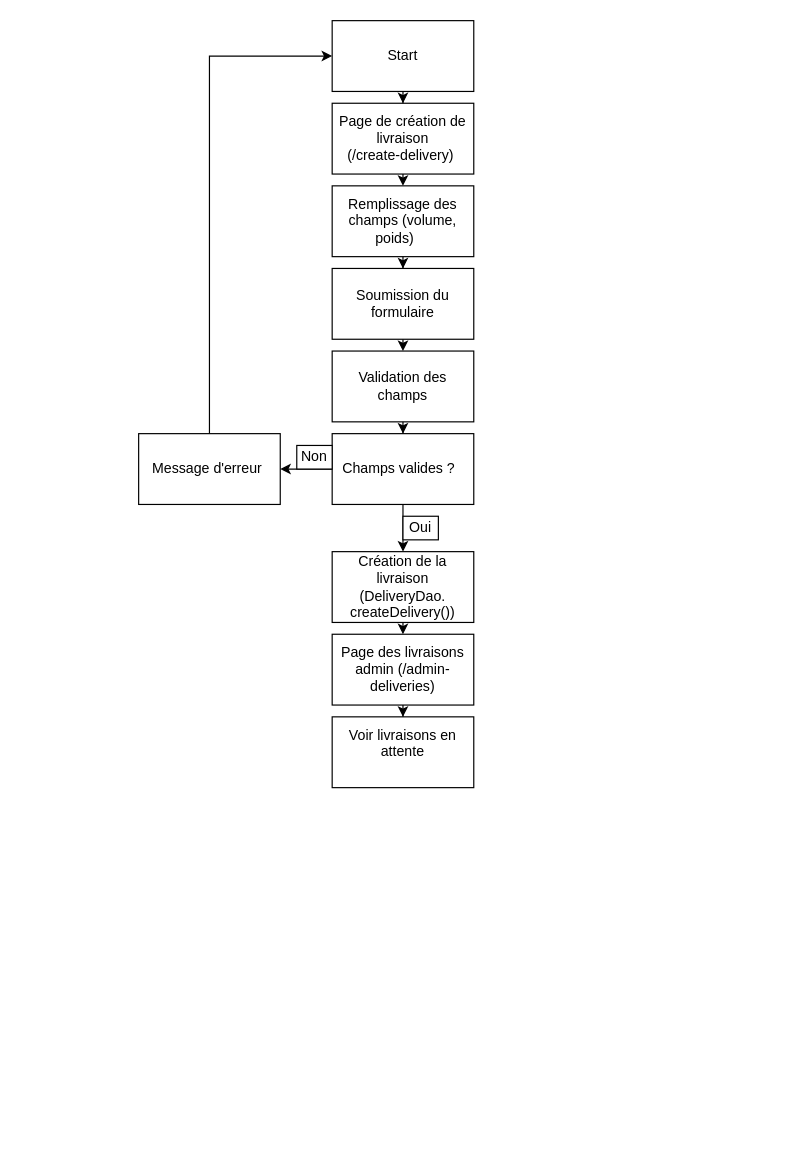
This is Diagramme Gestion des livraisons.drawio from Thibisault/Projet-8-diagrammes, a draw.io file, before an edit. Source tidied: cells renumbered, new cells numbered last; positions are measured from the earlier drawing's top-left corner, leaving out a move shared by most shapes. Both pictures are drawn from the tidied source at 118%, with x=0, y=0 at pixel (138, 20).
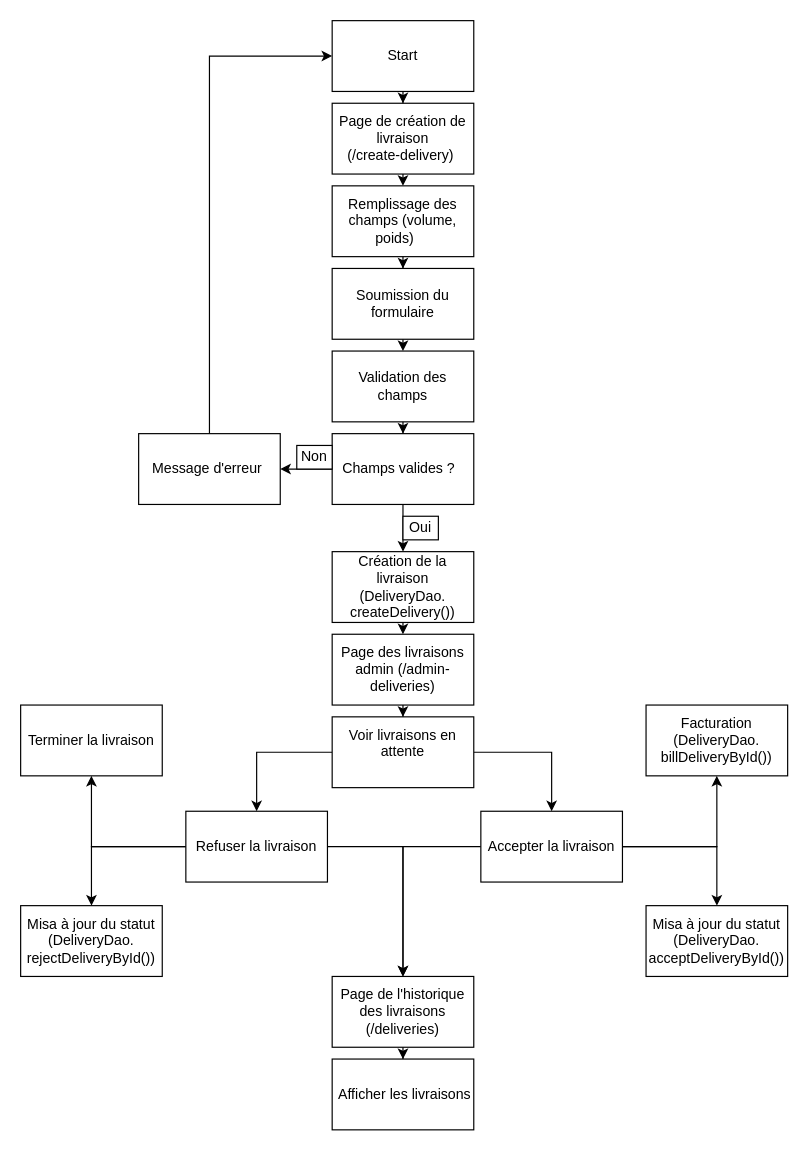
After the change.

Commit message (it also covers changes not shown here):
Mettre à jour Diagramme Gestion des livraisons.drawio

Unchanged cells that the change refers to:
```xml
<mxCell id="23" value="Voir livraisons en attente&lt;br&gt;&lt;div&gt;&lt;br/&gt;&lt;/div&gt;" style="whiteSpace=wrap;html=1;" parent="1" vertex="1">
  <mxGeometry x="164" y="590" width="120" height="60" as="geometry" />
</mxCell>
```

Change to the diagram source:
```diff
@@
+    <mxCell id="24" style="edgeStyle=orthogonalEdgeStyle;rounded=0;jettySize=auto;html=1;" parent="1" edge="1" source="23" target="33">
+      <mxGeometry relative="1" as="geometry" />
+    </mxCell>
+    <mxCell id="25" style="edgeStyle=orthogonalEdgeStyle;rounded=0;jettySize=auto;html=1;" parent="1" edge="1" source="23" target="29">
+      <mxGeometry relative="1" as="geometry" />
+    </mxCell>
@@
+    <mxCell id="26" style="edgeStyle=orthogonalEdgeStyle;rounded=0;jettySize=auto;html=1;" parent="1" edge="1" source="29" target="35">
+      <mxGeometry relative="1" as="geometry" />
+    </mxCell>
+    <mxCell id="27" style="edgeStyle=orthogonalEdgeStyle;rounded=0;jettySize=auto;html=1;" parent="1" edge="1" source="29" target="37">
+      <mxGeometry relative="1" as="geometry" />
+    </mxCell>
+    <mxCell id="28" style="edgeStyle=orthogonalEdgeStyle;rounded=0;jettySize=auto;html=1;" parent="1" edge="1" source="29" target="39">
+      <mxGeometry relative="1" as="geometry" />
+    </mxCell>
+    <mxCell id="29" value="Accepter la livraison" style="whiteSpace=wrap;html=1;" parent="1" vertex="1">
+      <mxGeometry x="290" y="670" width="120" height="60" as="geometry" />
+    </mxCell>
+    <mxCell id="30" style="edgeStyle=orthogonalEdgeStyle;rounded=0;jettySize=auto;html=1;" parent="1" edge="1" source="33" target="34">
+      <mxGeometry relative="1" as="geometry" />
+    </mxCell>
+    <mxCell id="31" style="edgeStyle=orthogonalEdgeStyle;rounded=0;jettySize=auto;html=1;" parent="1" edge="1" source="33" target="36">
+      <mxGeometry relative="1" as="geometry" />
+    </mxCell>
+    <mxCell id="32" style="edgeStyle=orthogonalEdgeStyle;rounded=0;jettySize=auto;html=1;" parent="1" edge="1" source="33" target="39">
+      <mxGeometry relative="1" as="geometry" />
+    </mxCell>
+    <mxCell id="33" value="Refuser la livraison" style="whiteSpace=wrap;html=1;" parent="1" vertex="1">
+      <mxGeometry x="40" y="670" width="120" height="60" as="geometry" />
+    </mxCell>
+    <mxCell id="34" value="Terminer la livraison" style="whiteSpace=wrap;html=1;" parent="1" vertex="1">
+      <mxGeometry x="-100" y="580" width="120" height="60" as="geometry" />
+    </mxCell>
+    <mxCell id="35" value="Misa à jour du statut&lt;div&gt;(DeliveryDao.&lt;/div&gt;&lt;div&gt;acceptDeliveryById())&lt;br&gt;&lt;/div&gt;" style="whiteSpace=wrap;html=1;" parent="1" vertex="1">
+      <mxGeometry x="430" y="750" width="120" height="60" as="geometry" />
+    </mxCell>
+    <mxCell id="36" value="Misa à jour du statut&lt;div&gt;(DeliveryDao.&lt;/div&gt;&lt;div&gt;rejectDeliveryById())&lt;br&gt;&lt;/div&gt;" style="whiteSpace=wrap;html=1;" parent="1" vertex="1">
+      <mxGeometry x="-100" y="750" width="120" height="60" as="geometry" />
+    </mxCell>
+    <mxCell id="37" value="Facturation&lt;div&gt;(DeliveryDao.&lt;/div&gt;&lt;div&gt;billDeliveryById())&lt;br&gt;&lt;/div&gt;" style="whiteSpace=wrap;html=1;" parent="1" vertex="1">
+      <mxGeometry x="430" y="580" width="120" height="60" as="geometry" />
+    </mxCell>
+    <mxCell id="38" style="edgeStyle=orthogonalEdgeStyle;rounded=0;jettySize=auto;html=1;" parent="1" edge="1" source="39" target="40">
+      <mxGeometry relative="1" as="geometry" />
+    </mxCell>
+    <mxCell id="39" value="Page de l'historique des livraisons&lt;div&gt;(/deliveries)&lt;br&gt;&lt;/div&gt;" style="whiteSpace=wrap;html=1;" parent="1" vertex="1">
+      <mxGeometry x="164" y="810" width="120" height="60" as="geometry" />
+    </mxCell>
+    <mxCell id="40" value="&amp;nbsp;Afficher les livraisons" style="whiteSpace=wrap;html=1;" parent="1" vertex="1">
+      <mxGeometry x="164" y="880" width="120" height="60" as="geometry" />
+    </mxCell>
```
